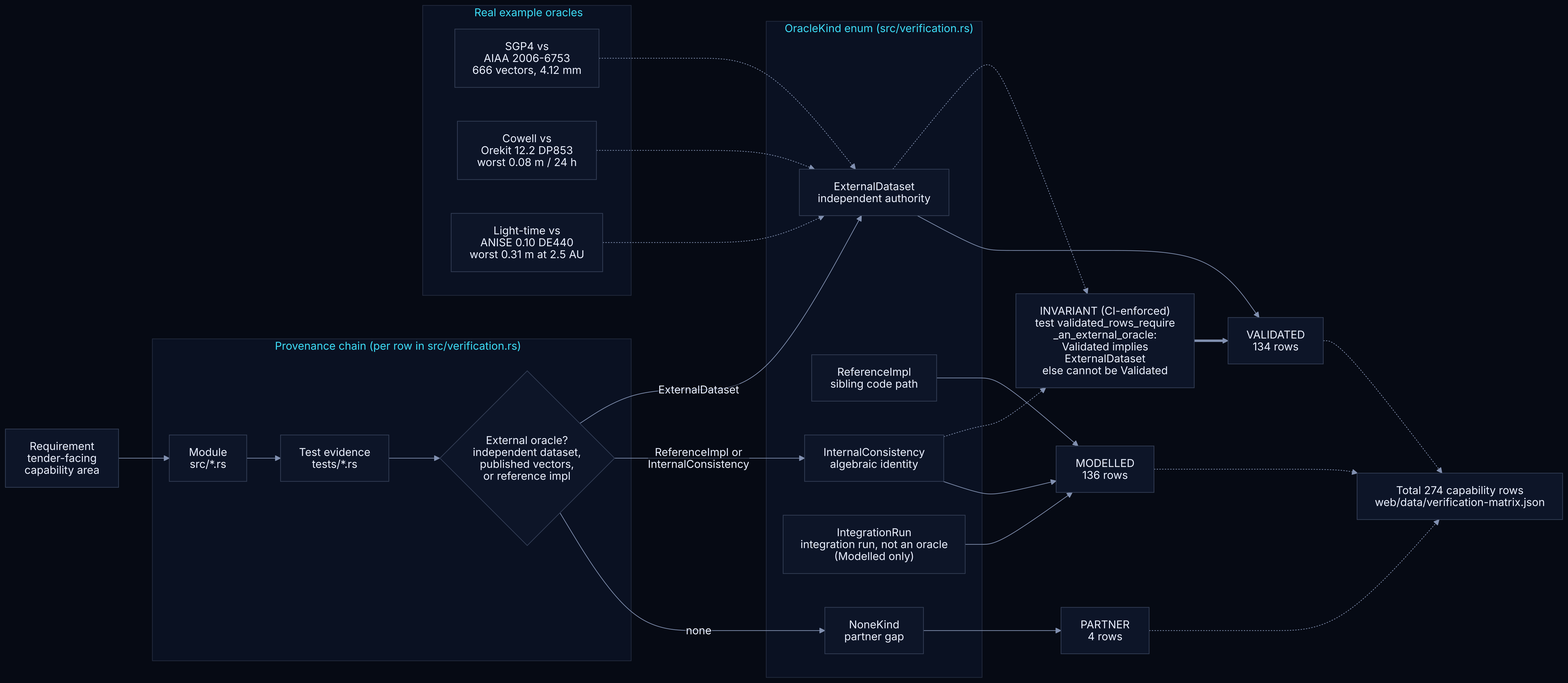
This is docs/assets/diagrams/validation-provenance.png from ashfordeOU/kshana, a Mermaid export, as it was before one commit. Its source is kept beside it as docs/diagrams/validation-provenance.mmd.
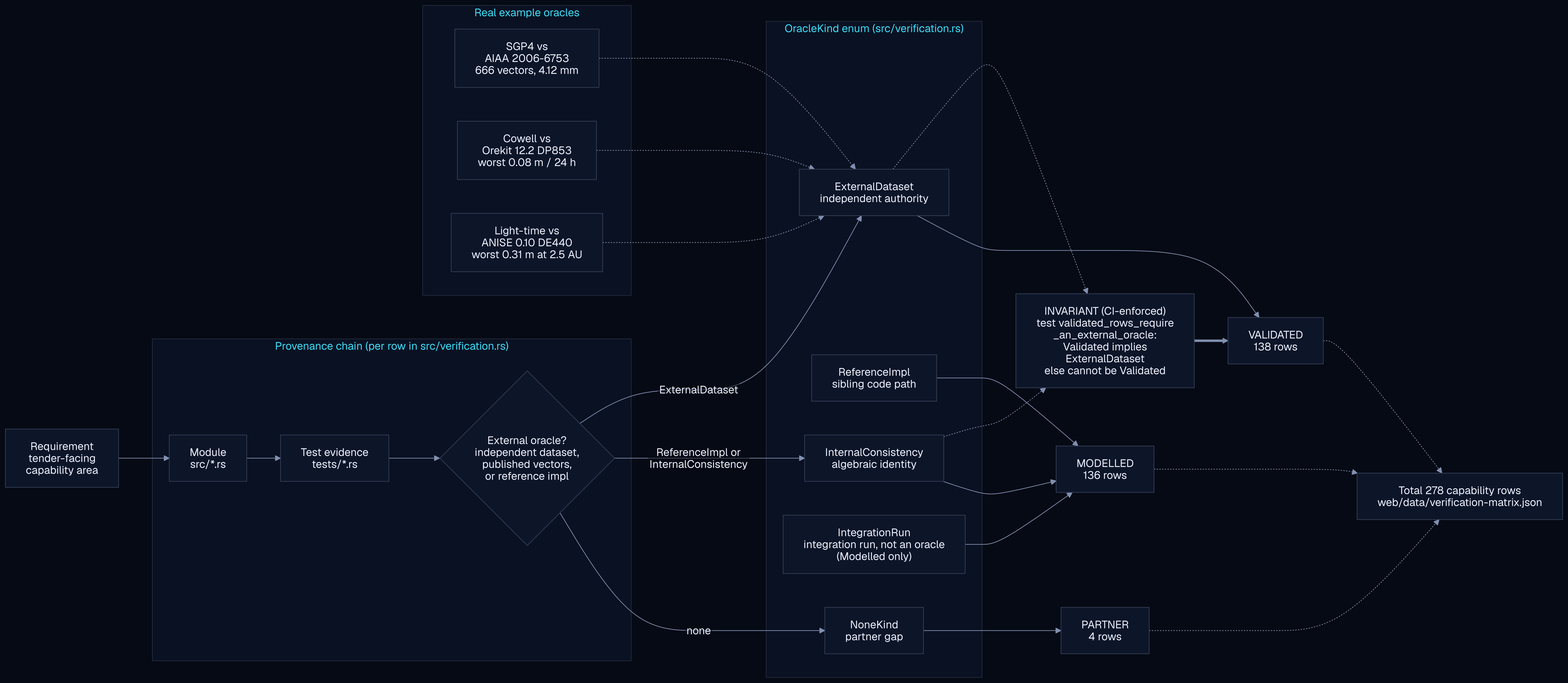
The same diagram one commit later.

The edit, as a diff of the source:
```diff
@@ -27,7 +27,7 @@
     EXT -.-> GUARD
     INT -.-> GUARD
 
-    EXT --> VAL["VALIDATED<br/>134 rows"]
+    EXT --> VAL["VALIDATED<br/>138 rows"]
     REF --> MDL["MODELLED<br/>136 rows"]
     INT --> MDL
     IRN --> MDL
@@ -45,7 +45,7 @@
     E2 -.-> EXT
     E3 -.-> EXT
 
-    TOTAL["Total 274 capability rows<br/>web/data/verification-matrix.json"]
+    TOTAL["Total 278 capability rows<br/>web/data/verification-matrix.json"]
     VAL -.-> TOTAL
     MDL -.-> TOTAL
     PRT -.-> TOTAL
```
